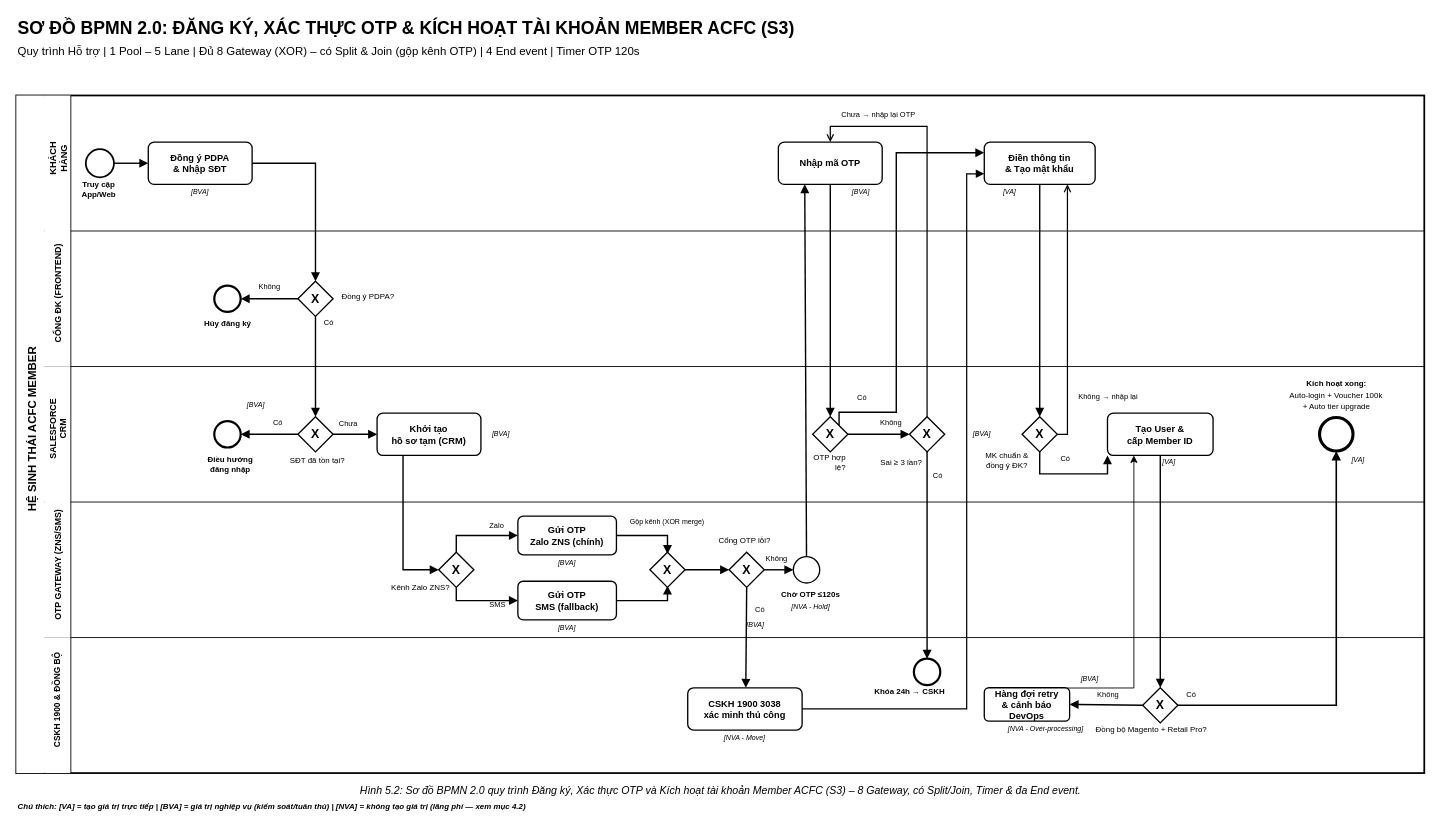
Earlier version of the draw.io diagram page "bpmn-dang-ky-kich-hoat-tai-khoan-s3" (1 of 10) of docs/workspaces/NguyenCongHung/svg/bpmn.drawio (anthinh-io/bpm-acfc-vietnam-analysis). Source tidied: cells renumbered, new cells numbered last; positions are measured from the earlier drawing's top-left corner, leaving out a move shared by most shapes. Both pictures are drawn from the tidied source at 88%, with x=0, y=0 at pixel (-57, 15).
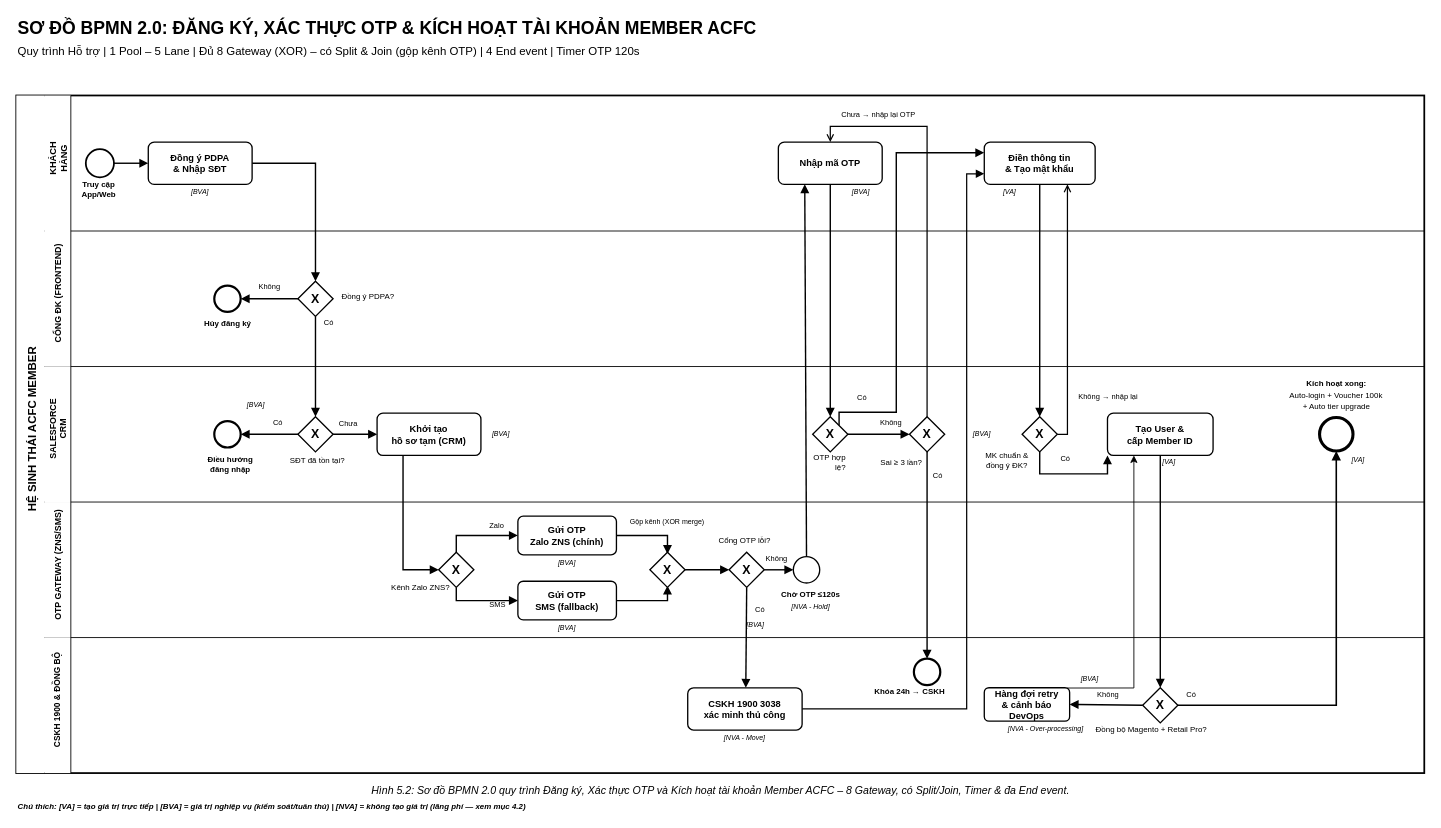
After the change.

Change to the diagram source:
```diff
@@
-    <mxCell id="2" value="SƠ ĐỒ BPMN 2.0: ĐĂNG KÝ, XÁC THỰC OTP &amp; KÍCH HOẠT TÀI KHOẢN MEMBER ACFC (S3)" style="text;html=1;whiteSpace=wrap;fontSize=20;fontColor=#000000;fontStyle=1;align=left;verticalAlign=middle;" parent="1" vertex="1">
+    <mxCell id="2" value="SƠ ĐỒ BPMN 2.0: ĐĂNG KÝ, XÁC THỰC OTP &amp; KÍCH HOẠT TÀI KHOẢN MEMBER ACFC" style="text;html=1;whiteSpace=wrap;fontSize=20;fontColor=#000000;fontStyle=1;align=left;verticalAlign=middle;" parent="1" vertex="1">
       <mxGeometry x="83" width="1120" height="28" as="geometry" />
     </mxCell>
@@
-    <mxCell id="107" value="Hình 5.2: Sơ đồ BPMN 2.0 quy trình Đăng ký, Xác thực OTP và Kích hoạt tài khoản Member ACFC (S3) – 8 Gateway, có Split/Join, Timer &amp; đa End event." style="text;html=1;whiteSpace=wrap;fontSize=12;fontColor=#000000;fontStyle=2;align=center;verticalAlign=middle;" parent="1" vertex="1">
+    <mxCell id="107" value="Hình 5.2: Sơ đồ BPMN 2.0 quy trình Đăng ký, Xác thực OTP và Kích hoạt tài khoản Member ACFC – 8 Gateway, có Split/Join, Timer &amp; đa End event." style="text;html=1;whiteSpace=wrap;fontSize=12;fontColor=#000000;fontStyle=2;align=center;verticalAlign=middle;" parent="1" vertex="1">
       <mxGeometry x="215.5" y="873" width="1335" height="16" as="geometry" />
     </mxCell>
```
